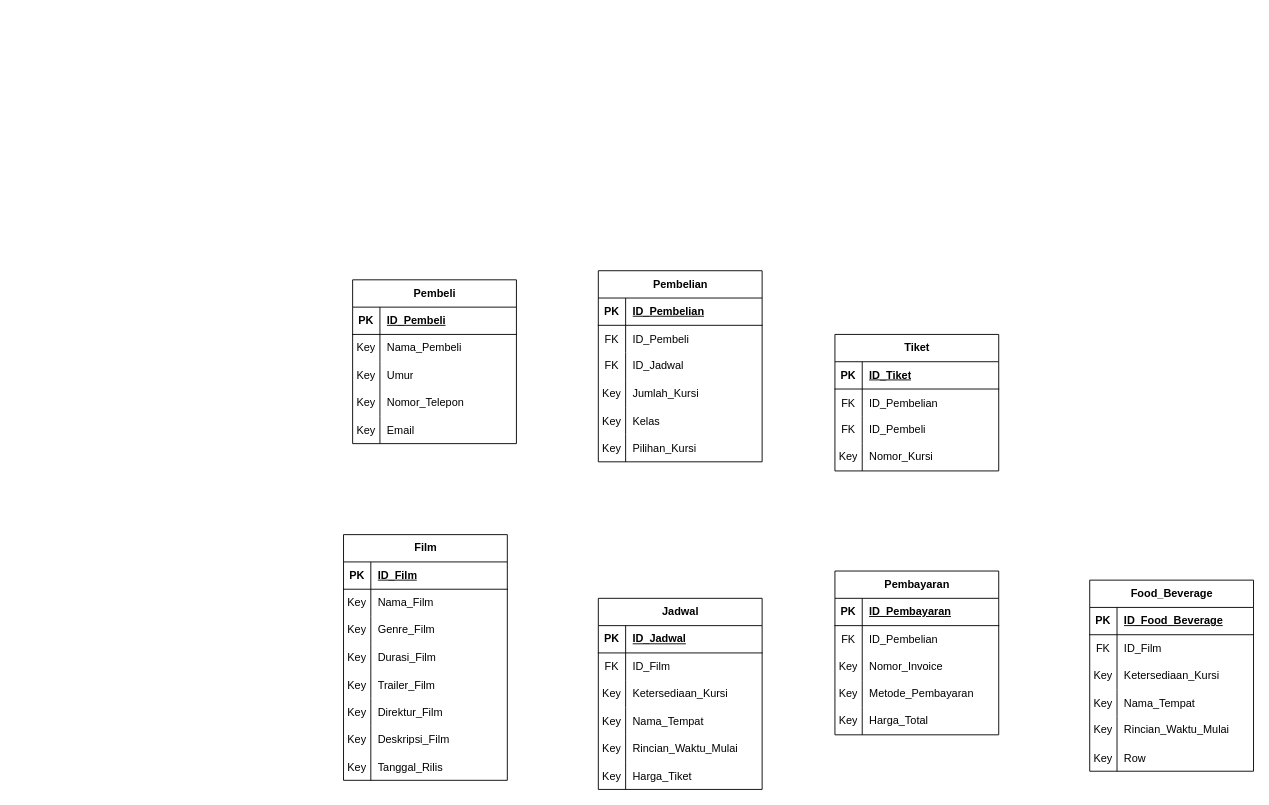
Before: page "Diagram-Utama" (1 of 3) of sistem-pembelian-tiket-retake.drawio in King-Ag-Jv/Project-Atrem, a draw.io diagram. Source tidied: cells renumbered, new cells numbered last; positions are measured from the earlier drawing's top-left corner, leaving out a move shared by most shapes. Both pictures are drawn from the tidied source at 91%, with x=0, y=0 at pixel (343, 270).
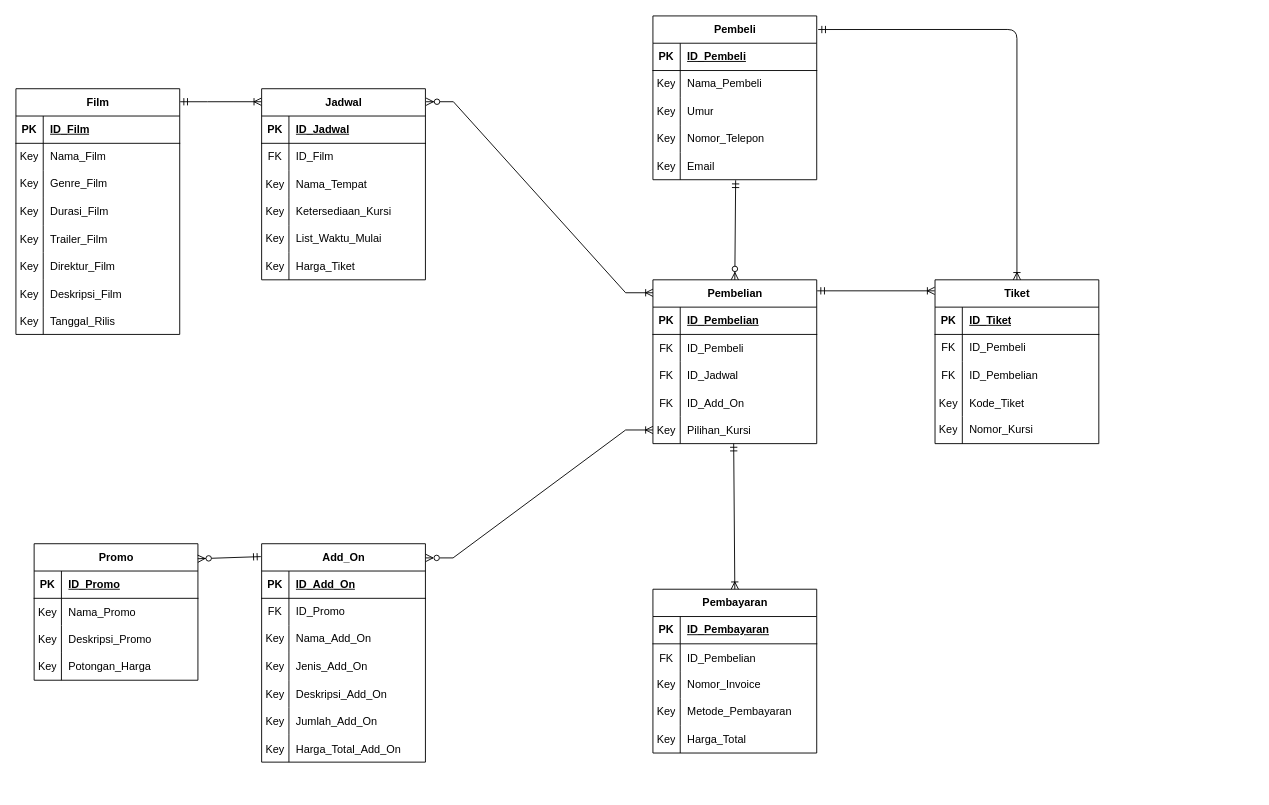
The same diagram, later.

The change refers to these unchanged cells:
```xml
<mxCell id="15" style="shape=tableRow;horizontal=0;startSize=0;swimlaneHead=0;swimlaneBody=0;fillColor=none;points=[[0,0.5],[1,0.5]];portConstraint=eastwest;top=0;left=0;right=0;bottom=0;" parent="2" vertex="1">
  <mxGeometry y="150" width="180" height="30" as="geometry" />
</mxCell>
<mxCell id="104" style="shape=tableRow;horizontal=0;startSize=0;swimlaneHead=0;swimlaneBody=0;fillColor=none;top=0;left=0;right=0;bottom=0;" parent="91" vertex="1">
  <mxGeometry y="150" width="180" height="30" as="geometry" />
</mxCell>
<mxCell id="111" style="shape=tableRow;horizontal=0;startSize=0;swimlaneHead=0;swimlaneBody=0;fillColor=none;top=0;left=0;right=0;bottom=1;strokeWidth=1;" parent="110" vertex="1">
  <mxGeometry y="30" width="180" height="30" as="geometry" />
</mxCell>
```

The edit, as a diff of the source:
```diff
@@
     <mxCell id="2" value="Pembeli" style="shape=table;startSize=30;childLayout=tableLayout;rowLines=0;fontStyle=1;align=center;html=1;" parent="1" vertex="1">
-      <mxGeometry x="10" y="10" width="180" height="180" as="geometry" />
+      <mxGeometry x="340" y="-280" width="180" height="180" as="geometry" />
     </mxCell>
@@
     <mxCell id="18" value="Pembayaran" style="shape=table;startSize=30;childLayout=tableLayout;rowLines=0;fontStyle=1;align=center;html=1;" parent="1" vertex="1">
-      <mxGeometry x="540" y="330" width="180" height="180" as="geometry" />
+      <mxGeometry x="340" y="350" width="180" height="180" as="geometry" />
     </mxCell>
@@
     <mxCell id="34" value="Pembelian" style="shape=table;startSize=30;childLayout=tableLayout;rowLines=0;fontStyle=1;align=center;html=1;" parent="1" vertex="1">
-      <mxGeometry x="280" width="180" height="210" as="geometry" />
+      <mxGeometry x="340" y="10" width="180" height="180" as="geometry" />
     </mxCell>
@@
-    <mxCell id="44" style="shape=tableRow;horizontal=0;startSize=0;swimlaneHead=0;swimlaneBody=0;fillColor=none;top=0;left=0;right=0;bottom=0;" parent="34" vertex="1">
-      <mxGeometry y="120" width="180" height="30" as="geometry" />
-    </mxCell>
-    <mxCell id="45" value="Key" style="shape=partialRectangle;fillColor=none;top=0;left=0;bottom=0;right=0;overflow=hidden;whiteSpace=wrap;html=1;" parent="44" vertex="1">
-      <mxGeometry width="30" height="30" as="geometry" />
-    </mxCell>
-    <mxCell id="46" value="Jumlah_Kursi" style="shape=partialRectangle;fillColor=none;top=0;left=0;bottom=0;right=0;align=left;spacingLeft=6;overflow=hidden;whiteSpace=wrap;html=1;" parent="44" vertex="1">
-      <mxGeometry x="30" width="150" height="30" as="geometry" />
-    </mxCell>
-    <mxCell id="47" style="shape=tableRow;horizontal=0;startSize=0;swimlaneHead=0;swimlaneBody=0;fillColor=none;top=0;left=0;right=0;bottom=0;" parent="34" vertex="1">
-      <mxGeometry y="150" width="180" height="30" as="geometry" />
-    </mxCell>
-    <mxCell id="48" value="Key" style="shape=partialRectangle;fillColor=none;top=0;left=0;bottom=0;right=0;overflow=hidden;" parent="47" vertex="1">
-      <mxGeometry width="30" height="30" as="geometry" />
-    </mxCell>
-    <mxCell id="49" value="Kelas" style="shape=partialRectangle;fillColor=none;top=0;left=0;bottom=0;right=0;align=left;spacingLeft=6;overflow=hidden;" parent="47" vertex="1">
-      <mxGeometry x="30" width="150" height="30" as="geometry" />
-    </mxCell>
+    <mxCell id="129" style="shape=tableRow;horizontal=0;startSize=0;swimlaneHead=0;swimlaneBody=0;fillColor=none;top=0;left=0;right=0;bottom=0;" parent="34" vertex="1">
+      <mxGeometry y="120" width="180" height="30" as="geometry" />
+    </mxCell>
+    <mxCell id="130" value="FK" style="shape=partialRectangle;fillColor=none;top=0;left=0;bottom=0;right=0;overflow=hidden;" parent="129" vertex="1">
+      <mxGeometry width="30" height="30" as="geometry" />
+    </mxCell>
+    <mxCell id="131" value="ID_Add_On" style="shape=partialRectangle;fillColor=none;top=0;left=0;bottom=0;right=0;align=left;spacingLeft=6;overflow=hidden;" parent="129" vertex="1">
+      <mxGeometry x="30" width="150" height="30" as="geometry" />
+    </mxCell>
     <mxCell id="50" style="shape=tableRow;horizontal=0;startSize=0;swimlaneHead=0;swimlaneBody=0;fillColor=none;points=[[0,0.5],[1,0.5]];portConstraint=eastwest;top=0;left=0;right=0;bottom=0;" parent="34" vertex="1">
-      <mxGeometry y="180" width="180" height="30" as="geometry" />
+      <mxGeometry y="150" width="180" height="30" as="geometry" />
     </mxCell>
@@
     <mxCell id="53" value="Film" style="shape=table;startSize=30;childLayout=tableLayout;rowLines=0;fontStyle=1;align=center;html=1;" parent="1" vertex="1">
-      <mxGeometry y="290" width="180" height="270" as="geometry" />
+      <mxGeometry x="-360" y="-200" width="180" height="270" as="geometry" />
     </mxCell>
@@
     <mxCell id="78" value="Tiket" style="shape=table;startSize=30;childLayout=tableLayout;rowLines=0;fontStyle=1;align=center;html=1;" parent="1" vertex="1">
-      <mxGeometry x="540" y="70" width="180" height="150" as="geometry" />
+      <mxGeometry x="650" y="10" width="180" height="180" as="geometry" />
     </mxCell>
@@
+    <mxCell id="85" style="shape=tableRow;horizontal=0;startSize=0;swimlaneHead=0;swimlaneBody=0;fillColor=none;top=0;left=0;right=0;bottom=0;" parent="78" vertex="1">
+      <mxGeometry y="60" width="180" height="30" as="geometry" />
+    </mxCell>
+    <mxCell id="86" value="FK" style="shape=partialRectangle;fillColor=none;top=0;left=0;bottom=0;right=0;overflow=hidden;whiteSpace=wrap;html=1;" parent="85" vertex="1">
+      <mxGeometry width="30" height="30" as="geometry" />
+    </mxCell>
+    <mxCell id="87" value="ID_Pembeli" style="shape=partialRectangle;fillColor=none;top=0;left=0;bottom=0;right=0;align=left;spacingLeft=6;overflow=hidden;whiteSpace=wrap;html=1;" parent="85" vertex="1">
+      <mxGeometry x="30" width="150" height="30" as="geometry" />
+    </mxCell>
     <mxCell id="82" style="shape=tableRow;horizontal=0;startSize=0;swimlaneHead=0;swimlaneBody=0;fillColor=none;top=0;left=0;right=0;bottom=0;" parent="78" vertex="1">
-      <mxGeometry y="60" width="180" height="30" as="geometry" />
+      <mxGeometry y="90" width="180" height="30" as="geometry" />
     </mxCell>
@@
-    <mxCell id="85" style="shape=tableRow;horizontal=0;startSize=0;swimlaneHead=0;swimlaneBody=0;fillColor=none;top=0;left=0;right=0;bottom=0;" parent="78" vertex="1">
-      <mxGeometry y="90" width="180" height="30" as="geometry" />
-    </mxCell>
-    <mxCell id="86" value="FK" style="shape=partialRectangle;fillColor=none;top=0;left=0;bottom=0;right=0;overflow=hidden;whiteSpace=wrap;html=1;" parent="85" vertex="1">
-      <mxGeometry width="30" height="30" as="geometry" />
-    </mxCell>
-    <mxCell id="87" value="ID_Pembeli" style="shape=partialRectangle;fillColor=none;top=0;left=0;bottom=0;right=0;align=left;spacingLeft=6;overflow=hidden;whiteSpace=wrap;html=1;" parent="85" vertex="1">
-      <mxGeometry x="30" width="150" height="30" as="geometry" />
-    </mxCell>
+    <mxCell id="132" style="shape=tableRow;horizontal=0;startSize=0;swimlaneHead=0;swimlaneBody=0;fillColor=none;top=0;left=0;right=0;bottom=0;" parent="78" vertex="1">
+      <mxGeometry y="120" width="180" height="30" as="geometry" />
+    </mxCell>
+    <mxCell id="133" value="Key" style="shape=partialRectangle;fillColor=none;top=0;left=0;bottom=0;right=0;overflow=hidden;" parent="132" vertex="1">
+      <mxGeometry width="30" height="30" as="geometry" />
+    </mxCell>
+    <mxCell id="134" value="Kode_Tiket" style="shape=partialRectangle;fillColor=none;top=0;left=0;bottom=0;right=0;align=left;spacingLeft=6;overflow=hidden;" parent="132" vertex="1">
+      <mxGeometry x="30" width="150" height="30" as="geometry" />
+    </mxCell>
     <mxCell id="88" style="shape=tableRow;horizontal=0;startSize=0;swimlaneHead=0;swimlaneBody=0;fillColor=none;top=0;left=0;right=0;bottom=0;" parent="78" vertex="1">
-      <mxGeometry y="120" width="180" height="30" as="geometry" />
+      <mxGeometry y="150" width="180" height="30" as="geometry" />
     </mxCell>
@@
     <mxCell id="91" value="Jadwal" style="shape=table;startSize=30;childLayout=tableLayout;rowLines=0;fontStyle=1;align=center;html=1;" parent="1" vertex="1">
-      <mxGeometry x="280" y="360" width="180" height="210" as="geometry" />
+      <mxGeometry x="-90" y="-200" width="180" height="210" as="geometry" />
     </mxCell>
@@
+    <mxCell id="101" style="shape=tableRow;horizontal=0;startSize=0;swimlaneHead=0;swimlaneBody=0;fillColor=none;top=0;left=0;right=0;bottom=0;" parent="91" vertex="1">
+      <mxGeometry y="90" width="180" height="30" as="geometry" />
+    </mxCell>
+    <mxCell id="102" value="Key" style="shape=partialRectangle;fillColor=none;top=0;left=0;bottom=0;right=0;overflow=hidden;" parent="101" vertex="1">
+      <mxGeometry width="30" height="30" as="geometry" />
+    </mxCell>
+    <mxCell id="103" value="Nama_Tempat" style="shape=partialRectangle;fillColor=none;top=0;left=0;bottom=0;right=0;align=left;spacingLeft=6;overflow=hidden;" parent="101" vertex="1">
+      <mxGeometry x="30" width="150" height="30" as="geometry" />
+    </mxCell>
     <mxCell id="98" style="shape=tableRow;horizontal=0;startSize=0;swimlaneHead=0;swimlaneBody=0;fillColor=none;top=0;left=0;right=0;bottom=0;" parent="91" vertex="1">
-      <mxGeometry y="90" width="180" height="30" as="geometry" />
+      <mxGeometry y="120" width="180" height="30" as="geometry" />
     </mxCell>
@@
-    <mxCell id="101" style="shape=tableRow;horizontal=0;startSize=0;swimlaneHead=0;swimlaneBody=0;fillColor=none;top=0;left=0;right=0;bottom=0;" parent="91" vertex="1">
-      <mxGeometry y="120" width="180" height="30" as="geometry" />
-    </mxCell>
-    <mxCell id="102" value="Key" style="shape=partialRectangle;fillColor=none;top=0;left=0;bottom=0;right=0;overflow=hidden;" parent="101" vertex="1">
-      <mxGeometry width="30" height="30" as="geometry" />
-    </mxCell>
-    <mxCell id="103" value="Nama_Tempat" style="shape=partialRectangle;fillColor=none;top=0;left=0;bottom=0;right=0;align=left;spacingLeft=6;overflow=hidden;" parent="101" vertex="1">
-      <mxGeometry x="30" width="150" height="30" as="geometry" />
-    </mxCell>
@@
-    <mxCell id="106" value="Rincian_Waktu_Mulai" style="shape=partialRectangle;fillColor=none;top=0;left=0;bottom=0;right=0;align=left;spacingLeft=6;overflow=hidden;whiteSpace=wrap;html=1;" parent="104" vertex="1">
+    <mxCell id="106" value="List_Waktu_Mulai" style="shape=partialRectangle;fillColor=none;top=0;left=0;bottom=0;right=0;align=left;spacingLeft=6;overflow=hidden;whiteSpace=wrap;html=1;" parent="104" vertex="1">
       <mxGeometry x="30" width="150" height="30" as="geometry" />
     </mxCell>
@@
-    <mxCell id="110" value="Food_Beverage" style="shape=table;startSize=30;childLayout=tableLayout;rowLines=0;fontStyle=1;align=center;html=1;" parent="1" vertex="1">
-      <mxGeometry x="820" y="340" width="180" height="210" as="geometry" />
+    <mxCell id="110" value="Add_On" style="shape=table;startSize=30;childLayout=tableLayout;rowLines=0;fontStyle=1;align=center;html=1;" parent="1" vertex="1">
+      <mxGeometry x="-90" y="300" width="180" height="240" as="geometry" />
     </mxCell>
@@
-    <mxCell id="113" value="ID_Food_Beverage" style="shape=partialRectangle;fillColor=none;top=0;left=0;bottom=0;right=0;align=left;spacingLeft=6;fontStyle=5;overflow=hidden;whiteSpace=wrap;html=1;" parent="111" vertex="1">
+    <mxCell id="113" value="ID_Add_On" style="shape=partialRectangle;fillColor=none;top=0;left=0;bottom=0;right=0;align=left;spacingLeft=6;fontStyle=5;overflow=hidden;whiteSpace=wrap;html=1;" parent="111" vertex="1">
       <mxGeometry x="30" width="150" height="30" as="geometry" />
     </mxCell>
+    <mxCell id="123" style="shape=tableRow;horizontal=0;startSize=0;swimlaneHead=0;swimlaneBody=0;fillColor=none;top=0;left=0;right=0;bottom=0;" parent="110" vertex="1">
+      <mxGeometry y="60" width="180" height="30" as="geometry" />
+    </mxCell>
+    <mxCell id="124" value="FK" style="shape=partialRectangle;fillColor=none;top=0;left=0;bottom=0;right=0;overflow=hidden;whiteSpace=wrap;html=1;" parent="123" vertex="1">
+      <mxGeometry width="30" height="30" as="geometry" />
+    </mxCell>
+    <mxCell id="125" value="ID_Promo" style="shape=partialRectangle;fillColor=none;top=0;left=0;bottom=0;right=0;align=left;spacingLeft=6;overflow=hidden;whiteSpace=wrap;html=1;" parent="123" vertex="1">
+      <mxGeometry x="30" width="150" height="30" as="geometry" />
+    </mxCell>
     <mxCell id="114" style="shape=tableRow;horizontal=0;startSize=0;swimlaneHead=0;swimlaneBody=0;fillColor=none;top=0;left=0;right=0;bottom=0;strokeWidth=1;perimeterSpacing=0;" parent="110" vertex="1">
-      <mxGeometry y="60" width="180" height="30" as="geometry" />
+      <mxGeometry y="90" width="180" height="30" as="geometry" />
     </mxCell>
-    <mxCell id="115" value="FK" style="shape=partialRectangle;fillColor=none;top=0;left=0;bottom=0;right=0;overflow=hidden;whiteSpace=wrap;html=1;strokeWidth=1;perimeterSpacing=0;" parent="114" vertex="1">
+    <mxCell id="115" value="Key" style="shape=partialRectangle;fillColor=none;top=0;left=0;bottom=0;right=0;overflow=hidden;whiteSpace=wrap;html=1;strokeWidth=1;perimeterSpacing=0;" parent="114" vertex="1">
       <mxGeometry width="30" height="30" as="geometry" />
     </mxCell>
-    <mxCell id="116" value="ID_Film" style="shape=partialRectangle;fillColor=none;top=0;left=0;bottom=0;right=0;align=left;spacingLeft=6;overflow=hidden;whiteSpace=wrap;html=1;" parent="114" vertex="1">
+    <mxCell id="116" value="Nama_Add_On" style="shape=partialRectangle;fillColor=none;top=0;left=0;bottom=0;right=0;align=left;spacingLeft=6;overflow=hidden;whiteSpace=wrap;html=1;" parent="114" vertex="1">
       <mxGeometry x="30" width="150" height="30" as="geometry" />
     </mxCell>
     <mxCell id="117" style="shape=tableRow;horizontal=0;startSize=0;swimlaneHead=0;swimlaneBody=0;fillColor=none;top=0;left=0;right=0;bottom=0;" parent="110" vertex="1">
-      <mxGeometry y="90" width="180" height="30" as="geometry" />
+      <mxGeometry y="120" width="180" height="30" as="geometry" />
     </mxCell>
@@
-    <mxCell id="119" value="Ketersediaan_Kursi" style="shape=partialRectangle;fillColor=none;top=0;left=0;bottom=0;right=0;align=left;spacingLeft=6;overflow=hidden;whiteSpace=wrap;html=1;strokeWidth=0;" parent="117" vertex="1">
+    <mxCell id="119" value="Jenis_Add_On" style="shape=partialRectangle;fillColor=none;top=0;left=0;bottom=0;right=0;align=left;spacingLeft=6;overflow=hidden;whiteSpace=wrap;html=1;strokeWidth=0;" parent="117" vertex="1">
       <mxGeometry x="30" width="150" height="30" as="geometry" />
     </mxCell>
     <mxCell id="120" style="shape=tableRow;horizontal=0;startSize=0;swimlaneHead=0;swimlaneBody=0;fillColor=none;top=0;left=0;right=0;bottom=0;" parent="110" vertex="1">
-      <mxGeometry y="120" width="180" height="30" as="geometry" />
+      <mxGeometry y="150" width="180" height="30" as="geometry" />
     </mxCell>
@@
-    <mxCell id="122" value="Nama_Tempat" style="shape=partialRectangle;fillColor=none;top=0;left=0;bottom=0;right=0;align=left;spacingLeft=6;overflow=hidden;" parent="120" vertex="1">
+    <mxCell id="122" value="Deskripsi_Add_On" style="shape=partialRectangle;fillColor=none;top=0;left=0;bottom=0;right=0;align=left;spacingLeft=6;overflow=hidden;" parent="120" vertex="1">
       <mxGeometry x="30" width="150" height="30" as="geometry" />
     </mxCell>
-    <mxCell id="123" style="shape=tableRow;horizontal=0;startSize=0;swimlaneHead=0;swimlaneBody=0;fillColor=none;top=0;left=0;right=0;bottom=0;" parent="110" vertex="1">
-      <mxGeometry y="150" width="180" height="30" as="geometry" />
-    </mxCell>
-    <mxCell id="124" value="Key" style="shape=partialRectangle;fillColor=none;top=0;left=0;bottom=0;right=0;overflow=hidden;whiteSpace=wrap;html=1;" parent="123" vertex="1">
-      <mxGeometry width="30" height="30" as="geometry" />
-    </mxCell>
-    <mxCell id="125" value="Rincian_Waktu_Mulai" style="shape=partialRectangle;fillColor=none;top=0;left=0;bottom=0;right=0;align=left;spacingLeft=6;overflow=hidden;whiteSpace=wrap;html=1;" parent="123" vertex="1">
-      <mxGeometry x="30" width="150" height="30" as="geometry" />
-    </mxCell>
+    <mxCell id="135" style="shape=tableRow;horizontal=0;startSize=0;swimlaneHead=0;swimlaneBody=0;fillColor=none;top=0;left=0;right=0;bottom=0;" parent="110" vertex="1">
+      <mxGeometry y="180" width="180" height="30" as="geometry" />
+    </mxCell>
+    <mxCell id="136" value="Key" style="shape=partialRectangle;fillColor=none;top=0;left=0;bottom=0;right=0;overflow=hidden;" parent="135" vertex="1">
+      <mxGeometry width="30" height="30" as="geometry" />
+    </mxCell>
+    <mxCell id="137" value="Jumlah_Add_On" style="shape=partialRectangle;fillColor=none;top=0;left=0;bottom=0;right=0;align=left;spacingLeft=6;overflow=hidden;" parent="135" vertex="1">
+      <mxGeometry x="30" width="150" height="30" as="geometry" />
+    </mxCell>
     <mxCell id="126" style="shape=tableRow;horizontal=0;startSize=0;swimlaneHead=0;swimlaneBody=0;fillColor=none;top=0;left=0;right=0;bottom=0;" parent="110" vertex="1">
-      <mxGeometry y="180" width="180" height="30" as="geometry" />
+      <mxGeometry y="210" width="180" height="30" as="geometry" />
     </mxCell>
@@
-    <mxCell id="128" value="Row" style="shape=partialRectangle;fillColor=none;top=0;left=0;bottom=0;right=0;align=left;spacingLeft=6;overflow=hidden;" parent="126" vertex="1">
+    <mxCell id="128" value="Harga_Total_Add_On" style="shape=partialRectangle;fillColor=none;top=0;left=0;bottom=0;right=0;align=left;spacingLeft=6;overflow=hidden;" parent="126" vertex="1">
       <mxGeometry x="30" width="150" height="30" as="geometry" />
     </mxCell>
+    <mxCell id="138" value="Promo" style="shape=table;startSize=30;childLayout=tableLayout;rowLines=0;fontStyle=1;align=center;html=1;" parent="1" vertex="1">
+      <mxGeometry x="-340" y="300" width="180" height="150" as="geometry" />
+    </mxCell>
+    <mxCell id="139" style="shape=tableRow;horizontal=0;startSize=0;swimlaneHead=0;swimlaneBody=0;fillColor=none;top=0;left=0;right=0;bottom=1;strokeWidth=1;" parent="138" vertex="1">
+      <mxGeometry y="30" width="180" height="30" as="geometry" />
+    </mxCell>
+    <mxCell id="140" value="PK" style="shape=partialRectangle;fillColor=none;top=0;left=0;bottom=0;right=0;fontStyle=1;overflow=hidden;whiteSpace=wrap;html=1;" parent="139" vertex="1">
+      <mxGeometry width="30" height="30" as="geometry" />
+    </mxCell>
+    <mxCell id="141" value="ID_Promo" style="shape=partialRectangle;fillColor=none;top=0;left=0;bottom=0;right=0;align=left;spacingLeft=6;fontStyle=5;overflow=hidden;whiteSpace=wrap;html=1;" parent="139" vertex="1">
+      <mxGeometry x="30" width="150" height="30" as="geometry" />
+    </mxCell>
+    <mxCell id="142" style="shape=tableRow;horizontal=0;startSize=0;swimlaneHead=0;swimlaneBody=0;fillColor=none;top=0;left=0;right=0;bottom=0;" parent="138" vertex="1">
+      <mxGeometry y="60" width="180" height="30" as="geometry" />
+    </mxCell>
+    <mxCell id="143" value="Key" style="shape=partialRectangle;fillColor=none;top=0;left=0;bottom=0;right=0;overflow=hidden;" parent="142" vertex="1">
+      <mxGeometry width="30" height="30" as="geometry" />
+    </mxCell>
+    <mxCell id="144" value="Nama_Promo" style="shape=partialRectangle;fillColor=none;top=0;left=0;bottom=0;right=0;align=left;spacingLeft=6;overflow=hidden;" parent="142" vertex="1">
+      <mxGeometry x="30" width="150" height="30" as="geometry" />
+    </mxCell>
+    <mxCell id="145" style="shape=tableRow;horizontal=0;startSize=0;swimlaneHead=0;swimlaneBody=0;fillColor=none;top=0;left=0;right=0;bottom=0;" parent="138" vertex="1">
+      <mxGeometry y="90" width="180" height="30" as="geometry" />
+    </mxCell>
+    <mxCell id="146" value="Key" style="shape=partialRectangle;fillColor=none;top=0;left=0;bottom=0;right=0;overflow=hidden;" parent="145" vertex="1">
+      <mxGeometry width="30" height="30" as="geometry" />
+    </mxCell>
+    <mxCell id="147" value="Deskripsi_Promo" style="shape=partialRectangle;fillColor=none;top=0;left=0;bottom=0;right=0;align=left;spacingLeft=6;overflow=hidden;" parent="145" vertex="1">
+      <mxGeometry x="30" width="150" height="30" as="geometry" />
+    </mxCell>
+    <mxCell id="148" style="shape=tableRow;horizontal=0;startSize=0;swimlaneHead=0;swimlaneBody=0;fillColor=none;top=0;left=0;right=0;bottom=0;strokeWidth=1;perimeterSpacing=0;" parent="138" vertex="1">
+      <mxGeometry y="120" width="180" height="30" as="geometry" />
+    </mxCell>
+    <mxCell id="149" value="Key" style="shape=partialRectangle;fillColor=none;top=0;left=0;bottom=0;right=0;overflow=hidden;whiteSpace=wrap;html=1;strokeWidth=1;perimeterSpacing=0;" parent="148" vertex="1">
+      <mxGeometry width="30" height="30" as="geometry" />
+    </mxCell>
+    <mxCell id="150" value="Potongan_Harga" style="shape=partialRectangle;fillColor=none;top=0;left=0;bottom=0;right=0;align=left;spacingLeft=6;overflow=hidden;whiteSpace=wrap;html=1;" parent="148" vertex="1">
+      <mxGeometry x="30" width="150" height="30" as="geometry" />
+    </mxCell>
+    <mxCell id="151" style="fontSize=12;html=1;endArrow=ERzeroToMany;startArrow=ERmandOne;rounded=0;exitX=0.505;exitY=1.02;exitDx=0;exitDy=0;exitPerimeter=0;entryX=0.5;entryY=0;entryDx=0;entryDy=0;" parent="1" edge="1" source="15" target="34">
+      <mxGeometry relative="1" as="geometry" />
+    </mxCell>
+    <mxCell id="152" style="fontSize=12;html=1;endArrow=ERzeroToMany;startArrow=ERmandOne;rounded=0;entryX=0.999;entryY=0.11;entryDx=0;entryDy=0;entryPerimeter=0;exitX=-0.005;exitY=0.059;exitDx=0;exitDy=0;exitPerimeter=0;" parent="1" edge="1" source="110" target="138">
+      <mxGeometry relative="1" as="geometry" />
+    </mxCell>
+    <mxCell id="153" style="edgeStyle=entityRelationEdgeStyle;fontSize=12;html=1;endArrow=ERoneToMany;startArrow=ERmandOne;rounded=0;entryX=-0.002;entryY=0.068;entryDx=0;entryDy=0;entryPerimeter=0;exitX=1.003;exitY=0.053;exitDx=0;exitDy=0;exitPerimeter=0;" parent="1" edge="1" source="53" target="91">
+      <mxGeometry relative="1" as="geometry" />
+    </mxCell>
+    <mxCell id="154" style="edgeStyle=entityRelationEdgeStyle;fontSize=12;html=1;endArrow=ERoneToMany;startArrow=ERzeroToMany;rounded=0;exitX=1.004;exitY=0.068;exitDx=0;exitDy=0;exitPerimeter=0;entryX=0;entryY=0.079;entryDx=0;entryDy=0;entryPerimeter=0;" parent="1" edge="1" source="91" target="34">
+      <mxGeometry relative="1" as="geometry" />
+    </mxCell>
+    <mxCell id="155" style="fontSize=12;html=1;endArrow=ERoneToMany;startArrow=ERzeroToMany;rounded=0;edgeStyle=entityRelationEdgeStyle;entryX=0;entryY=0.5;entryDx=0;entryDy=0;startFill=0;exitX=1.002;exitY=0.065;exitDx=0;exitDy=0;exitPerimeter=0;" parent="1" edge="1" source="110" target="50">
+      <mxGeometry relative="1" as="geometry" />
+    </mxCell>
+    <mxCell id="156" style="fontSize=12;html=1;endArrow=ERoneToMany;endFill=0;rounded=0;startArrow=ERmandOne;startFill=0;entryX=0.5;entryY=0;entryDx=0;entryDy=0;exitX=0.493;exitY=1;exitDx=0;exitDy=0;exitPerimeter=0;" parent="1" edge="1" source="50" target="18">
+      <mxGeometry relative="1" as="geometry" />
+    </mxCell>
+    <mxCell id="157" style="fontSize=12;html=1;endArrow=ERoneToMany;endFill=0;rounded=0;startArrow=ERmandOne;startFill=0;" parent="1" edge="1">
+      <mxGeometry relative="1" as="geometry">
+        <mxPoint x="520.5" y="22.1" as="sourcePoint" />
+        <mxPoint x="649.6" y="22.1" as="targetPoint" />
+      </mxGeometry>
+    </mxCell>
+    <mxCell id="158" style="fontSize=12;html=1;endArrow=ERoneToMany;endFill=0;rounded=1;startArrow=ERmandOne;startFill=0;exitX=1.009;exitY=0.083;exitDx=0;exitDy=0;exitPerimeter=0;entryX=0.5;entryY=0;entryDx=0;entryDy=0;edgeStyle=orthogonalEdgeStyle;" parent="1" edge="1" source="2" target="78">
+      <mxGeometry relative="1" as="geometry" />
+    </mxCell>
```
